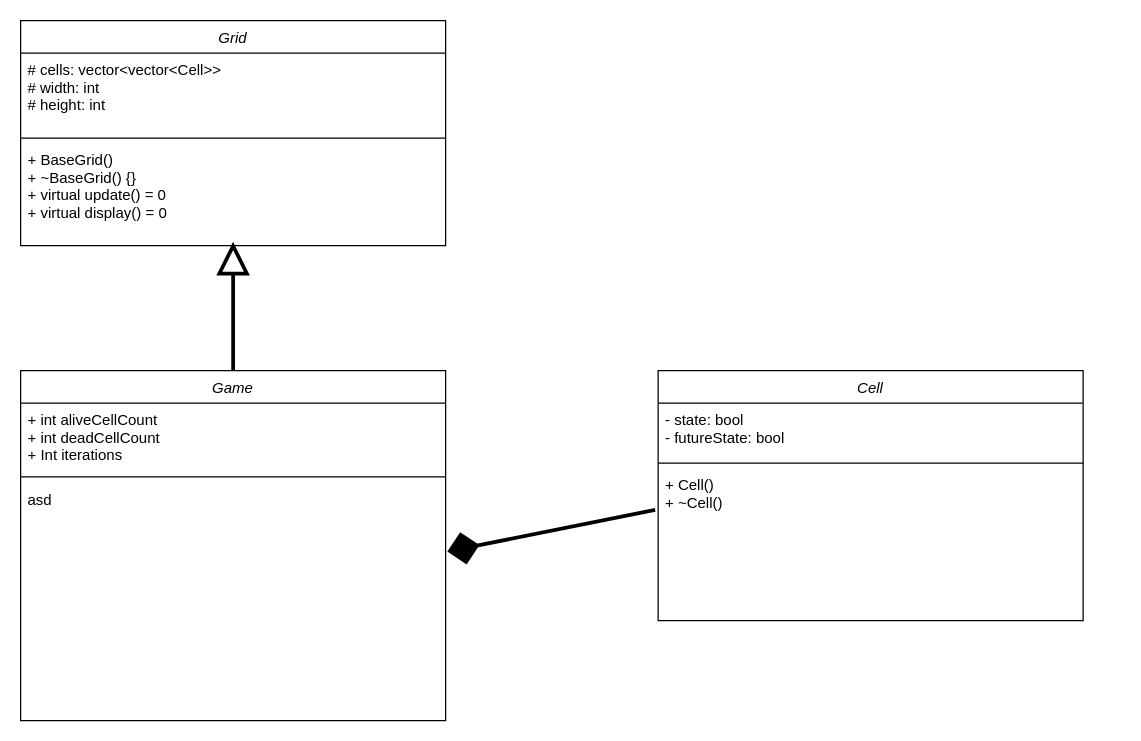
Gio-Dra/CS-225-GroupProject keeps this draw.io diagram as Pretty/GroupProject1-2.drawio. Above is the earlier version. Source tidied: cells renumbered, new cells numbered last; positions are measured from the earlier drawing's top-left corner, leaving out a move shared by most shapes. Both pictures are drawn from the tidied source at 125%, with x=0, y=0 at pixel (20, 20).
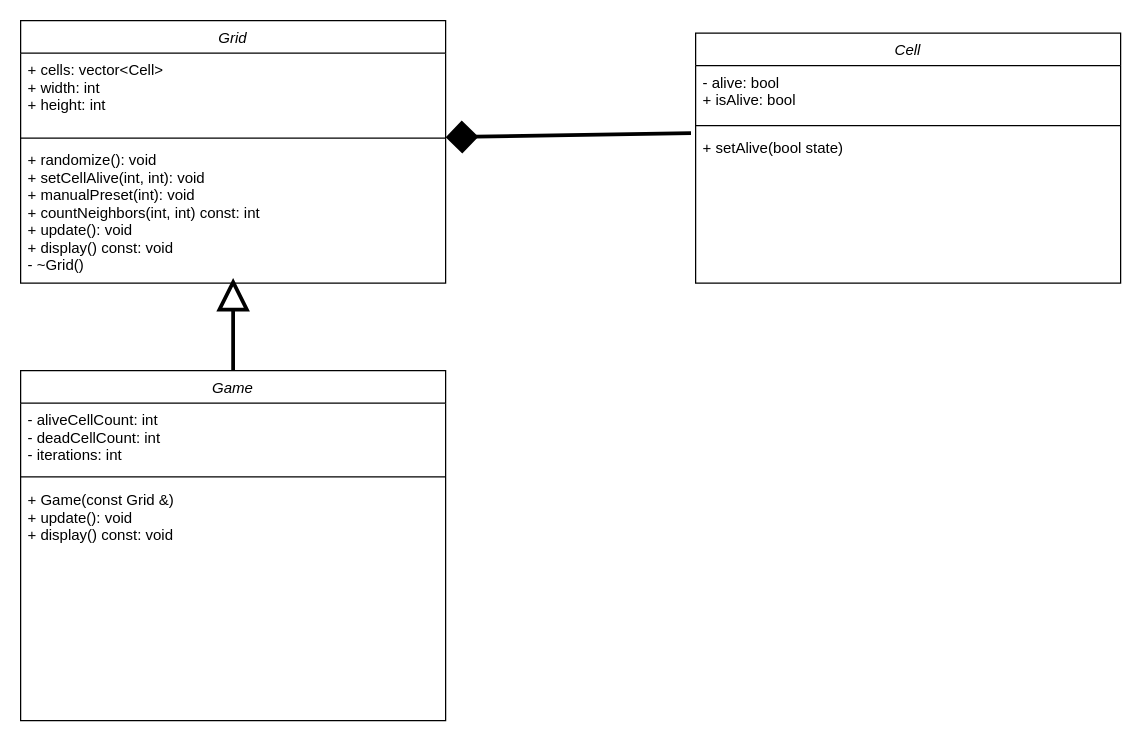
The same page after the edit.

Change to the diagram source:
```diff
@@
 <mxGraphModel>
   <root>
     <mxCell id="0" />
     <mxCell id="1" parent="0" />
     <mxCell id="2" value="Game" style="swimlane;fontStyle=2;align=center;verticalAlign=top;horizontal=1;startSize=26;rounded=0;shadow=0;strokeWidth=1;" parent="1" vertex="1">
       <mxGeometry y="280" width="340" height="280" as="geometry" />
     </mxCell>
-    <mxCell id="3" value="+ int aliveCellCount&#10;+ int deadCellCount&#10;+ Int iterations" style="text;align=left;verticalAlign=top;spacingLeft=4;spacingRight=4;overflow=hidden;" parent="2" vertex="1">
+    <mxCell id="3" value="- aliveCellCount: int&#10;- deadCellCount: int&#10;- iterations: int" style="text;align=left;verticalAlign=top;spacingLeft=4;spacingRight=4;overflow=hidden;" parent="2" vertex="1">
       <mxGeometry y="26" width="340" height="54" as="geometry" />
     </mxCell>
     <mxCell id="4" style="line;html=1;strokeWidth=1;align=left;verticalAlign=middle;spacingTop=-1;spacingLeft=3;spacingRight=3;labelPosition=right;" parent="2" vertex="1">
       <mxGeometry y="80" width="340" height="10" as="geometry" />
     </mxCell>
-    <mxCell id="5" value="asd" style="text;align=left;verticalAlign=top;spacingLeft=4;spacingRight=4;overflow=hidden;points=[[0,0.5],[1,0.5]];portConstraint=eastwest;" parent="2" vertex="1">
+    <mxCell id="5" value="+ Game(const Grid &amp;)&#10;+ update(): void&#10;+ display() const: void" style="text;align=left;verticalAlign=top;spacingLeft=4;spacingRight=4;overflow=hidden;points=[[0,0.5],[1,0.5]];portConstraint=eastwest;" parent="2" vertex="1">
       <mxGeometry y="90" width="340" height="150" as="geometry" />
     </mxCell>
     <mxCell id="6" value="Cell" style="swimlane;fontStyle=2;align=center;verticalAlign=top;horizontal=1;startSize=26;rounded=0;shadow=0;strokeWidth=1;" parent="1" vertex="1">
-      <mxGeometry x="510" y="280" width="340" height="200" as="geometry" />
+      <mxGeometry x="540" y="10" width="340" height="200" as="geometry" />
     </mxCell>
-    <mxCell id="7" value="- state: bool&#10;- futureState: bool" style="text;align=left;verticalAlign=top;spacingLeft=4;spacingRight=4;overflow=hidden;" parent="6" vertex="1">
+    <mxCell id="7" value="- alive: bool&#10;+ isAlive: bool" style="text;align=left;verticalAlign=top;spacingLeft=4;spacingRight=4;overflow=hidden;" parent="6" vertex="1">
       <mxGeometry y="26" width="340" height="44" as="geometry" />
     </mxCell>
     <mxCell id="8" style="line;html=1;strokeWidth=1;align=left;verticalAlign=middle;spacingTop=-1;spacingLeft=3;spacingRight=3;labelPosition=right;" parent="6" vertex="1">
       <mxGeometry y="70" width="340" height="8" as="geometry" />
     </mxCell>
-    <mxCell id="9" value="+ Cell()&#10;+ ~Cell()" style="text;align=left;verticalAlign=top;spacingLeft=4;spacingRight=4;overflow=hidden;points=[[0,0.5],[1,0.5]];portConstraint=eastwest;" parent="6" vertex="1">
+    <mxCell id="9" value="+ setAlive(bool state)&#10;" style="text;align=left;verticalAlign=top;spacingLeft=4;spacingRight=4;overflow=hidden;points=[[0,0.5],[1,0.5]];portConstraint=eastwest;" parent="6" vertex="1">
       <mxGeometry y="78" width="340" height="122" as="geometry" />
     </mxCell>
     <mxCell id="10" style="rounded=0;jettySize=auto;html=1;strokeWidth=3;endArrow=block;endFill=0;startSize=8;endSize=19;exitX=0.5;exitY=0;exitDx=0;exitDy=0;entryX=0.5;entryY=0.963;entryDx=0;entryDy=0;entryPerimeter=0;" parent="1" edge="1" source="2" target="14">
       <mxGeometry relative="1" as="geometry" />
     </mxCell>
     <mxCell id="11" value="Grid" style="swimlane;fontStyle=2;align=center;verticalAlign=top;horizontal=1;startSize=26;rounded=0;shadow=0;strokeWidth=1;" parent="1" vertex="1">
-      <mxGeometry width="340" height="180" as="geometry" />
+      <mxGeometry width="340" height="210" as="geometry" />
     </mxCell>
-    <mxCell id="12" value="# cells: vector&lt;vector&lt;Cell&gt;&gt;&#10;# width: int&#10;# height: int" style="text;align=left;verticalAlign=top;spacingLeft=4;spacingRight=4;overflow=hidden;" parent="11" vertex="1">
+    <mxCell id="12" value="+ cells: vector&lt;Cell&gt;&#10;+ width: int&#10;+ height: int" style="text;align=left;verticalAlign=top;spacingLeft=4;spacingRight=4;overflow=hidden;" parent="11" vertex="1">
       <mxGeometry y="26" width="340" height="64" as="geometry" />
     </mxCell>
     <mxCell id="13" style="line;html=1;strokeWidth=1;align=left;verticalAlign=middle;spacingTop=-1;spacingLeft=3;spacingRight=3;labelPosition=right;" parent="11" vertex="1">
       <mxGeometry y="90" width="340" height="8" as="geometry" />
     </mxCell>
-    <mxCell id="14" value="+ BaseGrid()&#10;+ ~BaseGrid() {}&#10;+ virtual update() = 0&#10;+ virtual display() = 0" style="text;align=left;verticalAlign=top;spacingLeft=4;spacingRight=4;overflow=hidden;points=[[0,0.5],[1,0.5]];portConstraint=eastwest;" parent="11" vertex="1">
-      <mxGeometry y="98" width="340" height="82" as="geometry" />
+    <mxCell id="14" value="+ randomize(): void&#10;+ setCellAlive(int, int): void&#10;+ manualPreset(int): void&#10;+ countNeighbors(int, int) const: int&#10;+ update(): void&#10;+ display() const: void&#10;- ~Grid()&#10;" style="text;align=left;verticalAlign=top;spacingLeft=4;spacingRight=4;overflow=hidden;points=[[0,0.5],[1,0.5]];portConstraint=eastwest;" parent="11" vertex="1">
+      <mxGeometry y="98" width="340" height="112" as="geometry" />
     </mxCell>
-    <mxCell id="15" style="rounded=0;jettySize=auto;html=1;strokeWidth=3;endArrow=diamond;endFill=1;startSize=8;endSize=19;entryX=1.004;entryY=0.365;entryDx=0;entryDy=0;entryPerimeter=0;exitX=-0.007;exitY=0.274;exitDx=0;exitDy=0;exitPerimeter=0;" parent="1" edge="1" source="9" target="5">
-      <mxGeometry relative="1" as="geometry" />
+    <mxCell id="15" style="rounded=0;orthogonalLoop=1;jettySize=auto;html=1;strokeWidth=3;endArrow=diamond;endFill=1;startSize=8;endSize=19;entryX=1.004;entryY=0.365;entryDx=0;entryDy=0;entryPerimeter=0;exitX=-0.007;exitY=0.274;exitDx=0;exitDy=0;exitPerimeter=0;" parent="1" edge="1">
+      <mxGeometry relative="1" as="geometry">
+        <mxPoint x="536.3" y="90" as="sourcePoint" />
+        <mxPoint x="340" y="93.3" as="targetPoint" />
+      </mxGeometry>
     </mxCell>
   </root>
 </mxGraphModel>
```
